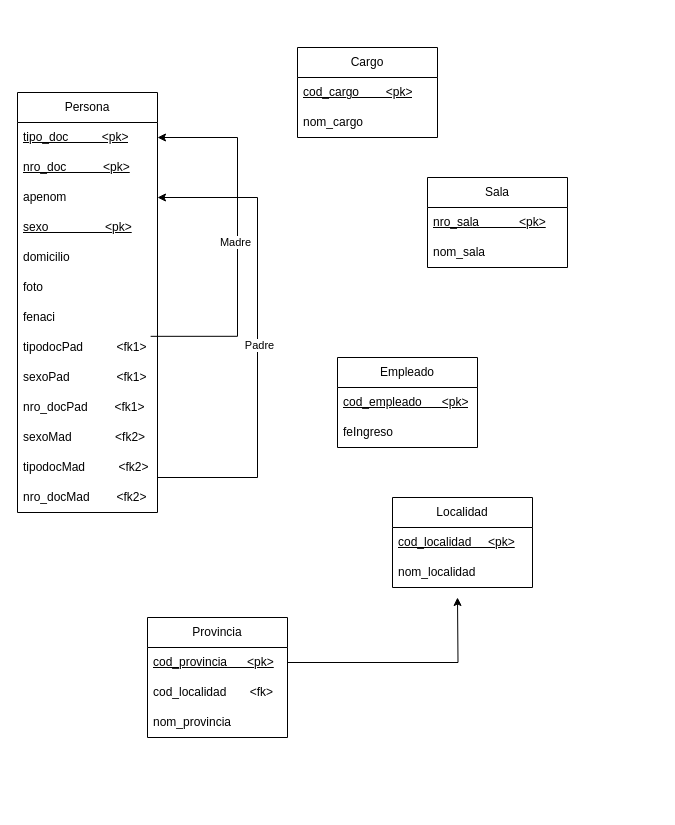
Above: UmlFisico/Practicas/Guia1_Clinica.drawio in Logan6422/UMLDiagrams (draw.io), before the change. Source tidied: cells renumbered, new cells numbered last; positions are measured from the earlier drawing's top-left corner, leaving out a move shared by most shapes. Both pictures are drawn from the tidied source at 100%, with x=0, y=0 at pixel (17, 47).
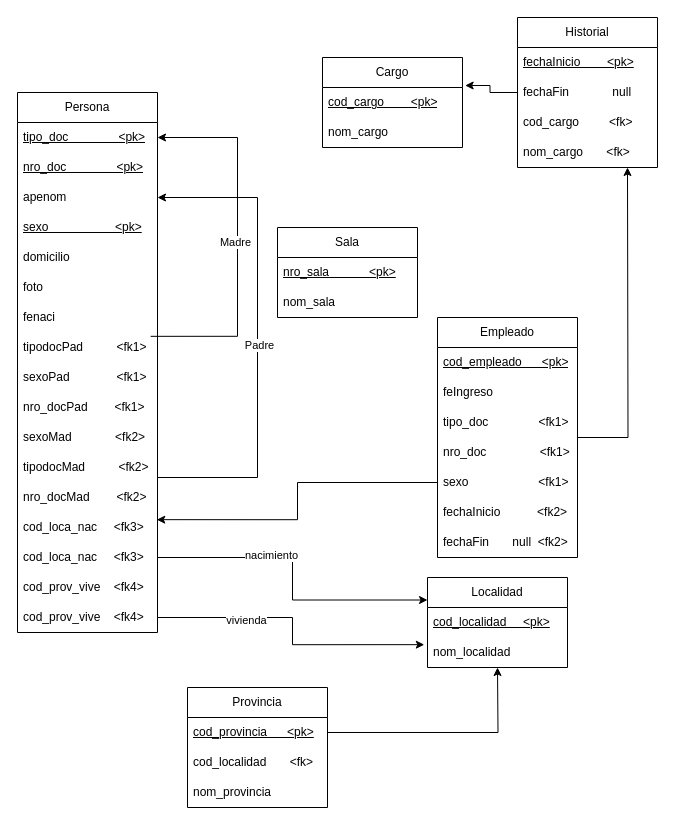
The same diagram, later.

The change refers to these unchanged cells:
```xml
<mxCell id="21" value="&lt;u&gt;cod_cargo&amp;nbsp;&amp;nbsp;&amp;nbsp;&amp;nbsp;&amp;nbsp;&amp;nbsp;&amp;nbsp; &amp;lt;pk&amp;gt;&lt;/u&gt;" style="text;strokeColor=none;fillColor=none;align=left;verticalAlign=middle;spacingLeft=4;spacingRight=4;overflow=hidden;points=[[0,0.5],[1,0.5]];portConstraint=eastwest;whiteSpace=wrap;html=1;" parent="20" vertex="1">
  <mxGeometry y="30" width="140" height="30" as="geometry" />
</mxCell>
<mxCell id="30" value="nom_localidad" style="text;strokeColor=none;fillColor=none;align=left;verticalAlign=middle;spacingLeft=4;spacingRight=4;overflow=hidden;points=[[0,0.5],[1,0.5]];portConstraint=eastwest;whiteSpace=wrap;html=1;" parent="28" vertex="1">
  <mxGeometry y="60" width="140" height="30" as="geometry" />
</mxCell>
```

Change to the diagram source:
```diff
@@
     <mxCell id="2" value="Persona" style="swimlane;fontStyle=0;horizontal=1;startSize=30;whiteSpace=wrap;html=1;" parent="1" vertex="1">
-      <mxGeometry y="45" width="140" height="420" as="geometry" />
+      <mxGeometry y="45" width="140" height="540" as="geometry" />
     </mxCell>
-    <mxCell id="3" value="&lt;u&gt;tipo_doc&amp;nbsp;&amp;nbsp;&amp;nbsp;&amp;nbsp;&amp;nbsp;&amp;nbsp;&amp;nbsp;&amp;nbsp;&amp;nbsp; &amp;lt;pk&amp;gt;&lt;/u&gt;" style="text;strokeColor=none;fillColor=none;align=left;verticalAlign=middle;spacingLeft=4;spacingRight=4;overflow=hidden;points=[[0,0.5],[1,0.5]];portConstraint=eastwest;whiteSpace=wrap;html=1;" parent="2" vertex="1">
+    <mxCell id="3" value="&lt;u&gt;tipo_doc&amp;nbsp;&amp;nbsp;&amp;nbsp;&amp;nbsp;&amp;nbsp;&amp;nbsp; &amp;nbsp; &amp;nbsp; &amp;nbsp; &amp;nbsp; &amp;lt;pk&amp;gt;&lt;/u&gt;" style="text;strokeColor=none;fillColor=none;align=left;verticalAlign=middle;spacingLeft=4;spacingRight=4;overflow=hidden;points=[[0,0.5],[1,0.5]];portConstraint=eastwest;whiteSpace=wrap;html=1;" parent="2" vertex="1">
       <mxGeometry y="30" width="140" height="30" as="geometry" />
     </mxCell>
-    <mxCell id="4" value="&lt;u&gt;nro_doc&amp;nbsp;&amp;nbsp;&amp;nbsp;&amp;nbsp;&amp;nbsp;&amp;nbsp;&amp;nbsp;&amp;nbsp;&amp;nbsp;&amp;nbsp; &amp;lt;pk&amp;gt;&lt;/u&gt;" style="text;strokeColor=none;fillColor=none;align=left;verticalAlign=middle;spacingLeft=4;spacingRight=4;overflow=hidden;whiteSpace=wrap;html=1;" parent="2" vertex="1">
+    <mxCell id="4" value="&lt;u&gt;nro_doc&amp;nbsp;&amp;nbsp;&amp;nbsp;&amp;nbsp;&amp;nbsp;&amp;nbsp; &amp;nbsp; &amp;nbsp;&amp;nbsp; &amp;nbsp;&amp;nbsp; &amp;lt;pk&amp;gt;&lt;/u&gt;" style="text;strokeColor=none;fillColor=none;align=left;verticalAlign=middle;spacingLeft=4;spacingRight=4;overflow=hidden;whiteSpace=wrap;html=1;" parent="2" vertex="1">
       <mxGeometry y="60" width="140" height="30" as="geometry" />
     </mxCell>
@@
-    <mxCell id="6" value="&lt;u&gt;sexo&amp;nbsp;&amp;nbsp;&amp;nbsp;&amp;nbsp;&amp;nbsp;&amp;nbsp;&amp;nbsp;&amp;nbsp;&amp;nbsp;&amp;nbsp;&amp;nbsp;&amp;nbsp;&amp;nbsp;&amp;nbsp;&amp;nbsp;&amp;nbsp; &amp;lt;pk&amp;gt;&lt;/u&gt;" style="text;strokeColor=none;fillColor=none;align=left;verticalAlign=middle;spacingLeft=4;spacingRight=4;overflow=hidden;whiteSpace=wrap;html=1;" parent="2" vertex="1">
+    <mxCell id="6" value="&lt;u&gt;sexo&amp;nbsp;&amp;nbsp;&amp;nbsp;&amp;nbsp;&amp;nbsp;&amp;nbsp;&amp;nbsp;&amp;nbsp;&amp;nbsp;&amp;nbsp;&amp;nbsp;&amp;nbsp;&amp;nbsp; &amp;nbsp; &amp;nbsp; &amp;nbsp; &amp;lt;pk&amp;gt;&lt;/u&gt;" style="text;strokeColor=none;fillColor=none;align=left;verticalAlign=middle;spacingLeft=4;spacingRight=4;overflow=hidden;whiteSpace=wrap;html=1;" parent="2" vertex="1">
       <mxGeometry y="120" width="140" height="30" as="geometry" />
     </mxCell>
@@
+    <mxCell id="37" value="cod_loca_nac&amp;nbsp;&amp;nbsp;&amp;nbsp;&amp;nbsp; &amp;lt;fk3&amp;gt;" style="text;strokeColor=none;fillColor=none;align=left;verticalAlign=middle;spacingLeft=4;spacingRight=4;overflow=hidden;points=[[0,0.5],[1,0.5]];portConstraint=eastwest;whiteSpace=wrap;html=1;" parent="2" vertex="1">
+      <mxGeometry y="420" width="140" height="30" as="geometry" />
+    </mxCell>
+    <mxCell id="38" value="cod_loca_nac&amp;nbsp;&amp;nbsp;&amp;nbsp;&amp;nbsp; &amp;lt;fk3&amp;gt;" style="text;strokeColor=none;fillColor=none;align=left;verticalAlign=middle;spacingLeft=4;spacingRight=4;overflow=hidden;points=[[0,0.5],[1,0.5]];portConstraint=eastwest;whiteSpace=wrap;html=1;" parent="2" vertex="1">
+      <mxGeometry y="450" width="140" height="30" as="geometry" />
+    </mxCell>
+    <mxCell id="39" value="cod_prov_vive &amp;nbsp;&amp;nbsp; &amp;lt;fk4&amp;gt;" style="text;strokeColor=none;fillColor=none;align=left;verticalAlign=middle;spacingLeft=4;spacingRight=4;overflow=hidden;whiteSpace=wrap;html=1;" parent="2" vertex="1">
+      <mxGeometry y="480" width="140" height="30" as="geometry" />
+    </mxCell>
+    <mxCell id="40" value="cod_prov_vive &amp;nbsp;&amp;nbsp; &amp;lt;fk4&amp;gt;" style="text;strokeColor=none;fillColor=none;align=left;verticalAlign=middle;spacingLeft=4;spacingRight=4;overflow=hidden;points=[[0,0.5],[1,0.5]];portConstraint=eastwest;whiteSpace=wrap;html=1;" parent="2" vertex="1">
+      <mxGeometry y="510" width="140" height="30" as="geometry" />
+    </mxCell>
     <mxCell id="20" value="&lt;div&gt;Cargo&lt;/div&gt;" style="swimlane;fontStyle=0;horizontal=1;startSize=30;whiteSpace=wrap;html=1;" parent="1" vertex="1">
-      <mxGeometry x="280" width="140" height="90" as="geometry" />
+      <mxGeometry x="305" y="10" width="140" height="90" as="geometry" />
     </mxCell>
@@
     <mxCell id="23" value="Provincia" style="swimlane;fontStyle=0;horizontal=1;startSize=30;whiteSpace=wrap;html=1;" parent="1" vertex="1">
-      <mxGeometry x="130" y="570" width="140" height="120" as="geometry" />
+      <mxGeometry x="170" y="640" width="140" height="120" as="geometry" />
     </mxCell>
@@
     <mxCell id="28" value="&lt;div&gt;Localidad&lt;/div&gt;" style="swimlane;fontStyle=0;horizontal=1;startSize=30;whiteSpace=wrap;html=1;" parent="1" vertex="1">
-      <mxGeometry x="375" y="450" width="140" height="90" as="geometry" />
+      <mxGeometry x="410" y="530" width="140" height="90" as="geometry" />
     </mxCell>
@@
     <mxCell id="31" value="Sala" style="swimlane;fontStyle=0;horizontal=1;startSize=30;whiteSpace=wrap;html=1;" parent="1" vertex="1">
-      <mxGeometry x="410" y="130" width="140" height="90" as="geometry" />
+      <mxGeometry x="260" y="180" width="140" height="90" as="geometry" />
     </mxCell>
@@
+    <mxCell id="41" style="edgeStyle=orthogonalEdgeStyle;rounded=0;jettySize=auto;html=1;" parent="1" edge="1" source="34">
+      <mxGeometry relative="1" as="geometry">
+        <mxPoint x="610" y="120" as="targetPoint" />
+      </mxGeometry>
+    </mxCell>
     <mxCell id="34" value="Empleado" style="swimlane;fontStyle=0;horizontal=1;startSize=30;whiteSpace=wrap;html=1;" parent="1" vertex="1">
-      <mxGeometry x="320" y="310" width="140" height="90" as="geometry" />
+      <mxGeometry x="420" y="270" width="140" height="240" as="geometry" />
     </mxCell>
@@
+    <mxCell id="42" value="feIngreso" style="text;strokeColor=none;fillColor=none;align=left;verticalAlign=middle;spacingLeft=4;spacingRight=4;overflow=hidden;whiteSpace=wrap;html=1;" parent="34" vertex="1">
+      <mxGeometry y="60" width="140" height="30" as="geometry" />
+    </mxCell>
+    <mxCell id="43" value="tipo_doc&amp;nbsp;&amp;nbsp;&amp;nbsp;&amp;nbsp;&amp;nbsp;&amp;nbsp;&amp;nbsp;&amp;nbsp;&amp;nbsp;&amp;nbsp;&amp;nbsp;&amp;nbsp;&amp;nbsp;&amp;nbsp; &amp;lt;fk1&amp;gt;" style="text;strokeColor=none;fillColor=none;align=left;verticalAlign=middle;spacingLeft=4;spacingRight=4;overflow=hidden;whiteSpace=wrap;html=1;" parent="34" vertex="1">
+      <mxGeometry y="90" width="140" height="30" as="geometry" />
+    </mxCell>
-    <mxCell id="36" value="feIngreso" style="text;strokeColor=none;fillColor=none;align=left;verticalAlign=middle;spacingLeft=4;spacingRight=4;overflow=hidden;whiteSpace=wrap;html=1;" parent="34" vertex="1">
-      <mxGeometry y="60" width="140" height="30" as="geometry" />
+    <mxCell id="36" value="nro_doc&amp;nbsp; &amp;nbsp;&amp;nbsp;&amp;nbsp;&amp;nbsp;&amp;nbsp;&amp;nbsp;&amp;nbsp;&amp;nbsp;&amp;nbsp;&amp;nbsp;&amp;nbsp;&amp;nbsp;&amp;nbsp; &amp;lt;fk1&amp;gt;" style="text;strokeColor=none;fillColor=none;align=left;verticalAlign=middle;spacingLeft=4;spacingRight=4;overflow=hidden;whiteSpace=wrap;html=1;" parent="34" vertex="1">
+      <mxGeometry y="120" width="140" height="30" as="geometry" />
     </mxCell>
+    <mxCell id="44" value="sexo&amp;nbsp;&amp;nbsp;&amp;nbsp;&amp;nbsp;&amp;nbsp;&amp;nbsp;&amp;nbsp;&amp;nbsp;&amp;nbsp;&amp;nbsp;&amp;nbsp;&amp;nbsp;&amp;nbsp;&amp;nbsp;&amp;nbsp;&amp;nbsp;&amp;nbsp;&amp;nbsp;&amp;nbsp;&amp;nbsp; &amp;lt;fk1&amp;gt;" style="text;strokeColor=none;fillColor=none;align=left;verticalAlign=middle;spacingLeft=4;spacingRight=4;overflow=hidden;points=[[0,0.5],[1,0.5]];portConstraint=eastwest;whiteSpace=wrap;html=1;" parent="34" vertex="1">
+      <mxGeometry y="150" width="140" height="30" as="geometry" />
+    </mxCell>
+    <mxCell id="45" value="fechaInicio&amp;nbsp;&amp;nbsp;&amp;nbsp;&amp;nbsp;&amp;nbsp;&amp;nbsp;&amp;nbsp;&amp;nbsp;&amp;nbsp;&amp;nbsp; &amp;lt;fk2&amp;gt;" style="text;strokeColor=none;fillColor=none;align=left;verticalAlign=middle;spacingLeft=4;spacingRight=4;overflow=hidden;whiteSpace=wrap;html=1;" parent="34" vertex="1">
+      <mxGeometry y="180" width="140" height="30" as="geometry" />
+    </mxCell>
+    <mxCell id="46" value="fechaFin&amp;nbsp;&amp;nbsp;&amp;nbsp; &amp;nbsp;&amp;nbsp; null&amp;nbsp; &amp;lt;fk2&amp;gt;" style="text;strokeColor=none;fillColor=none;align=left;verticalAlign=middle;spacingLeft=4;spacingRight=4;overflow=hidden;whiteSpace=wrap;html=1;" parent="34" vertex="1">
+      <mxGeometry y="210" width="140" height="30" as="geometry" />
+    </mxCell>
+    <mxCell id="47" style="edgeStyle=orthogonalEdgeStyle;rounded=0;jettySize=auto;html=1;entryX=0;entryY=0.25;entryDx=0;entryDy=0;" parent="1" edge="1" source="38" target="28">
+      <mxGeometry relative="1" as="geometry" />
+    </mxCell>
+    <mxCell id="48" value="nacimiento" style="edgeLabel;html=1;align=center;verticalAlign=middle;" parent="47" vertex="1">
+      <mxGeometry x="-0.28" y="3" relative="1" as="geometry" />
+    </mxCell>
+    <mxCell id="49" style="edgeStyle=orthogonalEdgeStyle;rounded=0;jettySize=auto;html=1;entryX=-0.023;entryY=0.239;entryDx=0;entryDy=0;entryPerimeter=0;" parent="1" edge="1" source="40" target="30">
+      <mxGeometry relative="1" as="geometry" />
+    </mxCell>
+    <mxCell id="50" value="vivienda" style="edgeLabel;html=1;align=center;verticalAlign=middle;" parent="49" vertex="1">
+      <mxGeometry x="-0.4" y="-2" relative="1" as="geometry" />
+    </mxCell>
+    <mxCell id="51" style="edgeStyle=orthogonalEdgeStyle;rounded=0;jettySize=auto;html=1;entryX=0.995;entryY=0.239;entryDx=0;entryDy=0;entryPerimeter=0;" parent="1" edge="1" source="44" target="37">
+      <mxGeometry relative="1" as="geometry" />
+    </mxCell>
+    <mxCell id="52" value="Historial" style="swimlane;fontStyle=0;horizontal=1;startSize=30;whiteSpace=wrap;html=1;" parent="1" vertex="1">
+      <mxGeometry x="500" y="-30" width="140" height="150" as="geometry" />
+    </mxCell>
+    <mxCell id="53" value="&lt;u&gt;fechaInicio &amp;nbsp;&amp;nbsp;&amp;nbsp;&amp;nbsp;&amp;nbsp;&amp;nbsp; &amp;lt;pk&amp;gt;&lt;/u&gt;" style="text;strokeColor=none;fillColor=none;align=left;verticalAlign=middle;spacingLeft=4;spacingRight=4;overflow=hidden;whiteSpace=wrap;html=1;" parent="52" vertex="1">
+      <mxGeometry y="30" width="140" height="30" as="geometry" />
+    </mxCell>
+    <mxCell id="54" value="fechaFin&amp;nbsp;&amp;nbsp;&amp;nbsp;&amp;nbsp;&amp;nbsp;&amp;nbsp;&amp;nbsp;&amp;nbsp;&amp;nbsp;&amp;nbsp;&amp;nbsp;&amp;nbsp; null" style="text;strokeColor=none;fillColor=none;align=left;verticalAlign=middle;spacingLeft=4;spacingRight=4;overflow=hidden;whiteSpace=wrap;html=1;" parent="52" vertex="1">
+      <mxGeometry y="60" width="140" height="30" as="geometry" />
+    </mxCell>
+    <mxCell id="55" value="cod_cargo&amp;nbsp;&amp;nbsp;&amp;nbsp;&amp;nbsp;&amp;nbsp;&amp;nbsp;&amp;nbsp;&amp;nbsp; &amp;lt;fk&amp;gt;" style="text;strokeColor=none;fillColor=none;align=left;verticalAlign=middle;spacingLeft=4;spacingRight=4;overflow=hidden;whiteSpace=wrap;html=1;" parent="52" vertex="1">
+      <mxGeometry y="90" width="140" height="30" as="geometry" />
+    </mxCell>
+    <mxCell id="56" value="nom_cargo&amp;nbsp;&amp;nbsp;&amp;nbsp;&amp;nbsp;&amp;nbsp;&amp;nbsp; &amp;lt;fk&amp;gt;" style="text;strokeColor=none;fillColor=none;align=left;verticalAlign=middle;spacingLeft=4;spacingRight=4;overflow=hidden;whiteSpace=wrap;html=1;" parent="52" vertex="1">
+      <mxGeometry y="120" width="140" height="30" as="geometry" />
+    </mxCell>
+    <mxCell id="57" style="edgeStyle=orthogonalEdgeStyle;rounded=0;jettySize=auto;html=1;entryX=1.019;entryY=-0.067;entryDx=0;entryDy=0;entryPerimeter=0;" parent="1" edge="1" source="52" target="21">
+      <mxGeometry relative="1" as="geometry" />
+    </mxCell>
```
